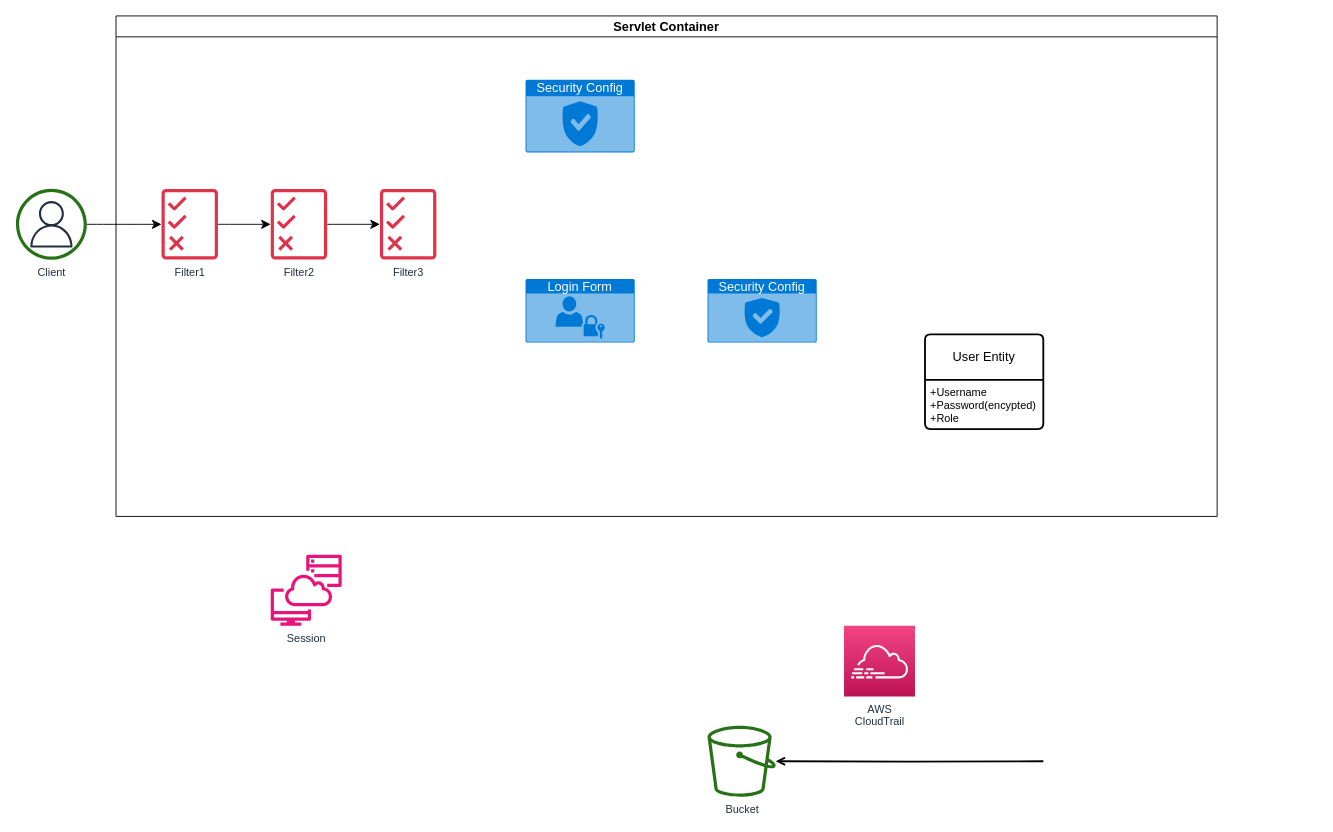
Earlier version of the draw.io diagram 제목 없는 다이어그램.drawio (insang01/Weekly-Algorithm). Source tidied: cells renumbered, new cells numbered last; positions are measured from the earlier drawing's top-left corner, leaving out a move shared by most shapes. Both pictures are drawn from the tidied source at 91%, with x=0, y=0 at pixel (15, 15).
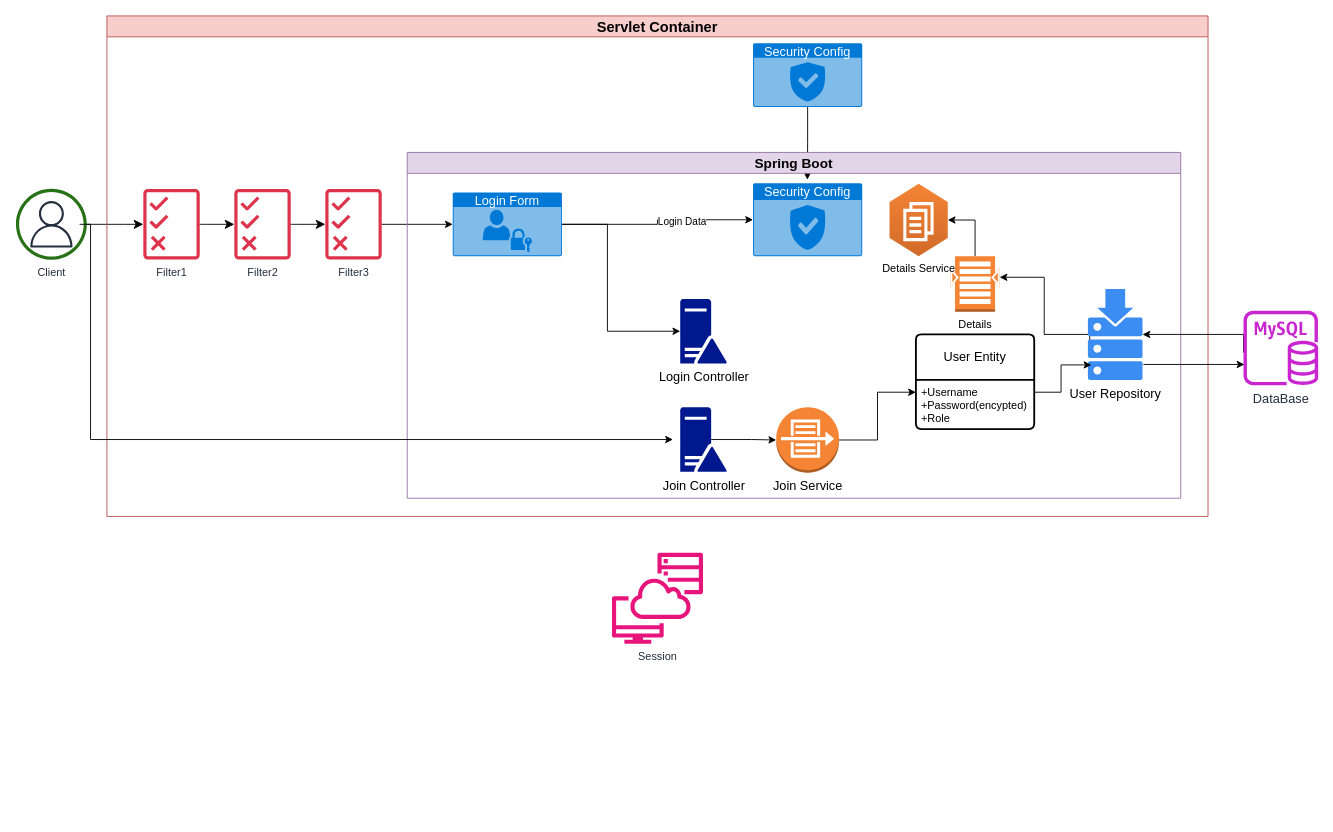
After the change.

Commit message:
제목 없는 다이어그램.drawio 업데이트

Unchanged cells that the change refers to:
```xml
<mxCell id="18" value="+Username&lt;br&gt;+Password(encypted)&lt;br&gt;+Role" style="align=left;strokeColor=none;fillColor=none;spacingLeft=4;fontSize=12;verticalAlign=top;html=1;" parent="17" vertex="1">
  <mxGeometry y="50" width="130" height="54" as="geometry" />
</mxCell>
```

What changed in the source:
```diff
@@
-    <mxCell id="2" style="edgeStyle=orthogonalEdgeStyle;rounded=0;jettySize=auto;html=1;endArrow=open;endFill=0;strokeWidth=2;" parent="1" edge="1" target="6">
-      <mxGeometry relative="1" as="geometry">
-        <mxPoint x="1129" y="819" as="sourcePoint" />
-      </mxGeometry>
-    </mxCell>
@@
-    <mxCell id="5" value="AWS&lt;br&gt;CloudTrail" style="fontColor=#232F3E;gradientColor=#F34482;gradientDirection=north;fillColor=#BC1356;strokeColor=#ffffff;dashed=0;verticalLabelPosition=bottom;verticalAlign=top;align=center;html=1;fontSize=12;fontStyle=0;shape=mxgraph.aws4.resourceIcon;resIcon=mxgraph.aws4.cloudtrail;labelBackgroundColor=#ffffff;" parent="1" vertex="1">
-      <mxGeometry x="910" y="670" width="78" height="78" as="geometry" />
-    </mxCell>
-    <mxCell id="6" value="Bucket" style="outlineConnect=0;fontColor=#232F3E;gradientColor=none;fillColor=#277116;strokeColor=none;dashed=0;verticalLabelPosition=bottom;verticalAlign=top;align=center;html=1;fontSize=12;fontStyle=0;shape=mxgraph.aws4.bucket;labelBackgroundColor=#ffffff;" parent="1" vertex="1">
-      <mxGeometry x="760" y="780" width="75" height="78" as="geometry" />
-    </mxCell>
@@
-    <mxCell id="8" style="edgeStyle=none;curved=1;rounded=0;jettySize=auto;html=1;fontSize=12;startSize=8;endSize=8;" parent="1" edge="1" source="9" target="11">
-      <mxGeometry relative="1" as="geometry" />
-    </mxCell>
-    <mxCell id="9" value="&lt;div&gt;&lt;span style=&quot;background-color: initial;&quot;&gt;Filter1&lt;/span&gt;&lt;br&gt;&lt;/div&gt;" style="sketch=0;outlineConnect=0;fontColor=#232F3E;gradientColor=none;fillColor=#DD344C;strokeColor=none;dashed=0;verticalLabelPosition=bottom;verticalAlign=top;align=center;html=1;fontSize=12;fontStyle=0;shape=mxgraph.aws4.permissions;" parent="1" vertex="1">
-      <mxGeometry x="160" y="190" width="62" height="78" as="geometry" />
-    </mxCell>
-    <mxCell id="10" style="edgeStyle=none;curved=1;rounded=0;jettySize=auto;html=1;fontSize=12;startSize=8;endSize=8;" parent="1" edge="1" source="11" target="12">
-      <mxGeometry relative="1" as="geometry" />
-    </mxCell>
-    <mxCell id="11" value="&lt;div&gt;&lt;span style=&quot;background-color: initial;&quot;&gt;Filter2&lt;/span&gt;&lt;br&gt;&lt;/div&gt;&lt;div&gt;&lt;span style=&quot;background-color: initial;&quot;&gt;&lt;br&gt;&lt;/span&gt;&lt;/div&gt;" style="sketch=0;outlineConnect=0;fontColor=#232F3E;gradientColor=none;fillColor=#DD344C;strokeColor=none;dashed=0;verticalLabelPosition=bottom;verticalAlign=top;align=center;html=1;fontSize=12;fontStyle=0;shape=mxgraph.aws4.permissions;" parent="1" vertex="1">
-      <mxGeometry x="280" y="190" width="62" height="78" as="geometry" />
-    </mxCell>
-    <mxCell id="12" value="&lt;div&gt;&lt;span style=&quot;background-color: initial;&quot;&gt;Filter3&lt;/span&gt;&lt;br&gt;&lt;/div&gt;&lt;div&gt;&lt;span style=&quot;background-color: initial;&quot;&gt;&lt;br&gt;&lt;/span&gt;&lt;/div&gt;" style="sketch=0;outlineConnect=0;fontColor=#232F3E;gradientColor=none;fillColor=#DD344C;strokeColor=none;dashed=0;verticalLabelPosition=bottom;verticalAlign=top;align=center;html=1;fontSize=12;fontStyle=0;shape=mxgraph.aws4.permissions;" parent="1" vertex="1">
-      <mxGeometry x="400" y="190" width="62" height="78" as="geometry" />
-    </mxCell>
-    <mxCell id="13" value="Servlet Container" style="swimlane;fontSize=14;" parent="1" vertex="1">
-      <mxGeometry x="110" width="1210" height="550" as="geometry" />
+    <mxCell id="13" value="Servlet Container" style="swimlane;fontSize=16;fillColor=#f8cecc;strokeColor=#b85450;" parent="1" vertex="1">
+      <mxGeometry x="100" width="1210" height="550" as="geometry" />
     </mxCell>
     <mxCell id="14" value="&lt;font style=&quot;font-size: 14px;&quot;&gt;Security Config&lt;/font&gt;" style="html=1;whiteSpace=wrap;strokeColor=none;fillColor=#0079D6;labelPosition=center;verticalLabelPosition=middle;verticalAlign=top;align=center;fontSize=12;outlineConnect=0;spacingTop=-6;fontColor=#FFFFFF;sketch=0;shape=mxgraph.sitemap.security;" parent="13" vertex="1">
-      <mxGeometry x="450" y="70" width="120" height="80" as="geometry" />
+      <mxGeometry x="710" y="184" width="120" height="80" as="geometry" />
     </mxCell>
     <mxCell id="15" value="&lt;font style=&quot;font-size: 14px;&quot;&gt;Login Form&lt;/font&gt;" style="html=1;whiteSpace=wrap;strokeColor=none;fillColor=#0079D6;labelPosition=center;verticalLabelPosition=middle;verticalAlign=top;align=center;fontSize=12;outlineConnect=0;spacingTop=-6;fontColor=#FFFFFF;sketch=0;shape=mxgraph.sitemap.login;" parent="13" vertex="1">
-      <mxGeometry x="450" y="289" width="120" height="70" as="geometry" />
+      <mxGeometry x="380" y="194" width="120" height="70" as="geometry" />
     </mxCell>
+    <mxCell id="20" style="edgeStyle=orthogonalEdgeStyle;rounded=0;jettySize=auto;html=1;exitX=0.5;exitY=1;exitDx=0;exitDy=0;exitPerimeter=0;" parent="13" edge="1" source="16">
+      <mxGeometry relative="1" as="geometry">
+        <mxPoint x="769.7" y="180" as="targetPoint" />
+      </mxGeometry>
+    </mxCell>
     <mxCell id="16" value="&lt;font style=&quot;font-size: 14px;&quot;&gt;Security Config&lt;/font&gt;" style="html=1;whiteSpace=wrap;strokeColor=none;fillColor=#0079D6;labelPosition=center;verticalLabelPosition=middle;verticalAlign=top;align=center;fontSize=12;outlineConnect=0;spacingTop=-6;fontColor=#FFFFFF;sketch=0;shape=mxgraph.sitemap.security;" parent="13" vertex="1">
-      <mxGeometry x="650" y="289" width="120" height="70" as="geometry" />
+      <mxGeometry x="710" y="30" width="120" height="70" as="geometry" />
     </mxCell>
@@
+    <mxCell id="21" value="Details" style="outlineConnect=0;dashed=0;verticalLabelPosition=bottom;verticalAlign=top;align=center;html=1;shape=mxgraph.aws3.search_documents;fillColor=#F58534;gradientColor=none;" parent="13" vertex="1">
+      <mxGeometry x="927" y="264" width="54" height="61" as="geometry" />
+    </mxCell>
+    <mxCell id="22" value="Details&amp;nbsp;&lt;span style=&quot;background-color: initial;&quot;&gt;Service&lt;/span&gt;" style="outlineConnect=0;dashed=0;verticalLabelPosition=bottom;verticalAlign=top;align=center;html=1;shape=mxgraph.aws3.workdocs;fillColor=#D16A28;gradientColor=#F58435;gradientDirection=north;" parent="13" vertex="1">
+      <mxGeometry x="860" y="184.5" width="64" height="79.5" as="geometry" />
+    </mxCell>
+    <mxCell id="23" style="edgeStyle=orthogonalEdgeStyle;rounded=0;jettySize=auto;html=1;exitX=1;exitY=0.5;exitDx=0;exitDy=0;exitPerimeter=0;entryX=0;entryY=0.25;entryDx=0;entryDy=0;" parent="13" edge="1" source="24" target="18">
+      <mxGeometry relative="1" as="geometry" />
+    </mxCell>
+    <mxCell id="24" value="&lt;font style=&quot;font-size: 14px;&quot;&gt;Join Service&lt;/font&gt;" style="outlineConnect=0;dashed=0;verticalLabelPosition=bottom;verticalAlign=top;align=center;html=1;shape=mxgraph.aws3.flow_logs;fillColor=#F58534;gradientColor=none;" parent="13" vertex="1">
+      <mxGeometry x="735.5" y="430" width="69" height="72" as="geometry" />
+    </mxCell>
+    <mxCell id="25" style="edgeStyle=orthogonalEdgeStyle;rounded=0;jettySize=auto;html=1;exitX=1;exitY=0.5;exitDx=0;exitDy=0;exitPerimeter=0;entryX=0;entryY=0.5;entryDx=0;entryDy=0;entryPerimeter=0;" parent="13" edge="1" source="15" target="14">
+      <mxGeometry relative="1" as="geometry" />
+    </mxCell>
+    <mxCell id="26" value="Login Data" style="edgeLabel;html=1;align=center;verticalAlign=middle;" parent="25" vertex="1">
+      <mxGeometry x="0.26" y="-1" relative="1" as="geometry">
+        <mxPoint x="1" as="offset" />
+      </mxGeometry>
+    </mxCell>
+    <mxCell id="27" style="edgeStyle=orthogonalEdgeStyle;rounded=0;jettySize=auto;html=1;exitX=0.033;exitY=0.7;exitDx=0;exitDy=0;entryX=1;entryY=0.38;entryDx=0;entryDy=0;entryPerimeter=0;exitPerimeter=0;" parent="13" edge="1" source="35" target="21">
+      <mxGeometry relative="1" as="geometry">
+        <Array as="points">
+          <mxPoint x="1080" y="350" />
+          <mxPoint x="1030" y="350" />
+          <mxPoint x="1030" y="287" />
+        </Array>
+      </mxGeometry>
+    </mxCell>
+    <mxCell id="28" style="edgeStyle=orthogonalEdgeStyle;rounded=0;jettySize=auto;html=1;exitX=0.5;exitY=0;exitDx=0;exitDy=0;exitPerimeter=0;entryX=1;entryY=0.5;entryDx=0;entryDy=0;entryPerimeter=0;" parent="13" edge="1" source="21" target="22">
+      <mxGeometry relative="1" as="geometry" />
+    </mxCell>
+    <mxCell id="29" value="&lt;font style=&quot;font-size: 14px;&quot;&gt;Login Controller&lt;/font&gt;" style="sketch=0;shadow=0;dashed=0;html=1;strokeColor=none;labelPosition=center;verticalLabelPosition=bottom;verticalAlign=top;align=center;fillColor=#00188D;shape=mxgraph.mscae.enterprise.domain_controller;" parent="13" vertex="1">
+      <mxGeometry x="630" y="311" width="51.1" height="71" as="geometry" />
+    </mxCell>
+    <mxCell id="30" value="&lt;font style=&quot;font-size: 14px;&quot;&gt;Join&amp;nbsp;&lt;/font&gt;&lt;span style=&quot;font-size: 14px; background-color: initial;&quot;&gt;Controller&lt;/span&gt;" style="sketch=0;shadow=0;dashed=0;html=1;strokeColor=none;labelPosition=center;verticalLabelPosition=bottom;verticalAlign=top;align=center;fillColor=#00188D;shape=mxgraph.mscae.enterprise.domain_controller;" parent="13" vertex="1">
+      <mxGeometry x="630" y="430" width="51.1" height="71" as="geometry" />
+    </mxCell>
+    <mxCell id="31" style="edgeStyle=orthogonalEdgeStyle;rounded=0;jettySize=auto;html=1;exitX=1;exitY=0.5;exitDx=0;exitDy=0;exitPerimeter=0;entryX=0;entryY=0.5;entryDx=0;entryDy=0;entryPerimeter=0;" parent="13" edge="1" source="15" target="29">
+      <mxGeometry relative="1" as="geometry">
+        <Array as="points">
+          <mxPoint x="550" y="229" />
+          <mxPoint x="550" y="347" />
+        </Array>
+      </mxGeometry>
+    </mxCell>
+    <mxCell id="32" style="edgeStyle=orthogonalEdgeStyle;rounded=0;jettySize=auto;html=1;exitX=0.665;exitY=0.5;exitDx=0;exitDy=0;exitPerimeter=0;entryX=0;entryY=0.5;entryDx=0;entryDy=0;entryPerimeter=0;" parent="13" edge="1" source="30" target="24">
+      <mxGeometry relative="1" as="geometry" />
+    </mxCell>
+    <mxCell id="9" value="&lt;div&gt;&lt;span style=&quot;background-color: initial;&quot;&gt;Filter1&lt;/span&gt;&lt;br&gt;&lt;/div&gt;" style="sketch=0;outlineConnect=0;fontColor=#232F3E;gradientColor=none;fillColor=#DD344C;strokeColor=none;dashed=0;verticalLabelPosition=bottom;verticalAlign=top;align=center;html=1;fontSize=12;fontStyle=0;shape=mxgraph.aws4.permissions;" parent="13" vertex="1">
+      <mxGeometry x="40" y="190" width="62" height="78" as="geometry" />
+    </mxCell>
+    <mxCell id="11" value="&lt;div&gt;&lt;span style=&quot;background-color: initial;&quot;&gt;Filter2&lt;/span&gt;&lt;br&gt;&lt;/div&gt;&lt;div&gt;&lt;span style=&quot;background-color: initial;&quot;&gt;&lt;br&gt;&lt;/span&gt;&lt;/div&gt;" style="sketch=0;outlineConnect=0;fontColor=#232F3E;gradientColor=none;fillColor=#DD344C;strokeColor=none;dashed=0;verticalLabelPosition=bottom;verticalAlign=top;align=center;html=1;fontSize=12;fontStyle=0;shape=mxgraph.aws4.permissions;" parent="13" vertex="1">
+      <mxGeometry x="140" y="190" width="62" height="78" as="geometry" />
+    </mxCell>
+    <mxCell id="8" style="edgeStyle=none;curved=1;rounded=0;jettySize=auto;html=1;fontSize=12;startSize=8;endSize=8;" parent="13" edge="1" source="9" target="11">
+      <mxGeometry relative="1" as="geometry" />
+    </mxCell>
+    <mxCell id="12" value="&lt;div&gt;&lt;span style=&quot;background-color: initial;&quot;&gt;Filter3&lt;/span&gt;&lt;br&gt;&lt;/div&gt;&lt;div&gt;&lt;span style=&quot;background-color: initial;&quot;&gt;&lt;br&gt;&lt;/span&gt;&lt;/div&gt;" style="sketch=0;outlineConnect=0;fontColor=#232F3E;gradientColor=none;fillColor=#DD344C;strokeColor=none;dashed=0;verticalLabelPosition=bottom;verticalAlign=top;align=center;html=1;fontSize=12;fontStyle=0;shape=mxgraph.aws4.permissions;" parent="13" vertex="1">
+      <mxGeometry x="240" y="190" width="62" height="78" as="geometry" />
+    </mxCell>
+    <mxCell id="10" style="edgeStyle=none;curved=1;rounded=0;jettySize=auto;html=1;fontSize=12;startSize=8;endSize=8;" parent="13" edge="1" source="11" target="12">
+      <mxGeometry relative="1" as="geometry" />
+    </mxCell>
+    <mxCell id="33" style="edgeStyle=orthogonalEdgeStyle;rounded=0;jettySize=auto;html=1;entryX=0;entryY=0.5;entryDx=0;entryDy=0;entryPerimeter=0;" parent="13" edge="1" source="12" target="15">
+      <mxGeometry relative="1" as="geometry" />
+    </mxCell>
+    <mxCell id="34" value="Spring Boot" style="swimlane;fillColor=#e1d5e7;strokeColor=#9673a6;fontSize=15;" parent="13" vertex="1">
+      <mxGeometry x="330" y="150" width="850" height="380" as="geometry" />
+    </mxCell>
+    <mxCell id="35" value="&lt;font style=&quot;font-size: 14px;&quot;&gt;User Repository&lt;/font&gt;" style="sketch=0;html=1;strokeColor=none;shadow=0;fillColor=#3B8DF1;verticalAlign=top;labelPosition=center;verticalLabelPosition=bottom;shape=mxgraph.gcp2.repository;" parent="34" vertex="1">
+      <mxGeometry x="748" y="150" width="60" height="100" as="geometry" />
+    </mxCell>
+    <mxCell id="36" style="edgeStyle=orthogonalEdgeStyle;rounded=0;jettySize=auto;html=1;exitX=1;exitY=0.25;exitDx=0;exitDy=0;entryX=0.064;entryY=0.835;entryDx=0;entryDy=0;entryPerimeter=0;" parent="13" edge="1" source="18" target="35">
+      <mxGeometry relative="1" as="geometry" />
+    </mxCell>
+    <mxCell id="37" style="edgeStyle=orthogonalEdgeStyle;rounded=0;jettySize=auto;html=1;" parent="13" edge="1" target="35">
+      <mxGeometry relative="1" as="geometry">
+        <mxPoint x="1249" y="370" as="sourcePoint" />
+        <Array as="points">
+          <mxPoint x="1249" y="350" />
+        </Array>
+      </mxGeometry>
+    </mxCell>
     <mxCell id="19" value="Session" style="sketch=0;fontColor=#232F3E;gradientColor=none;fillColor=#E7157B;strokeColor=none;dashed=0;verticalLabelPosition=bottom;verticalAlign=top;align=center;html=1;fontSize=12;fontStyle=0;shape=mxgraph.aws4.systems_manager_session_manager;" parent="1" vertex="1">
-      <mxGeometry x="280" y="592" width="78" height="78" as="geometry" />
+      <mxGeometry x="655" y="590" width="100" height="100" as="geometry" />
     </mxCell>
+    <mxCell id="38" style="edgeStyle=orthogonalEdgeStyle;rounded=0;orthogonalLoop=1;jettySize=auto;html=1;entryX=0;entryY=0.5;entryDx=0;entryDy=0;entryPerimeter=0;" parent="1" edge="1">
+      <mxGeometry relative="1" as="geometry">
+        <mxPoint x="70" y="229" as="sourcePoint" />
+        <mxPoint x="722" y="465.5" as="targetPoint" />
+        <Array as="points">
+          <mxPoint x="82" y="229" />
+          <mxPoint x="82" y="466" />
+        </Array>
+      </mxGeometry>
+    </mxCell>
+    <mxCell id="39" value="&lt;font style=&quot;font-size: 14px;&quot;&gt;DataBase&lt;/font&gt;" style="sketch=0;fontColor=#232F3E;gradientColor=none;fillColor=#C925D1;strokeColor=none;dashed=0;verticalLabelPosition=bottom;verticalAlign=top;align=center;html=1;fontSize=12;fontStyle=0;shape=mxgraph.aws4.rds_mysql_instance;" parent="1" vertex="1">
+      <mxGeometry x="1349" y="324" width="82" height="82" as="geometry" />
+    </mxCell>
+    <mxCell id="40" style="edgeStyle=orthogonalEdgeStyle;rounded=0;orthogonalLoop=1;jettySize=auto;html=1;" parent="1" edge="1">
+      <mxGeometry relative="1" as="geometry">
+        <mxPoint x="1239" y="383" as="sourcePoint" />
+        <mxPoint x="1350" y="383" as="targetPoint" />
+        <Array as="points">
+          <mxPoint x="1321" y="383" />
+          <mxPoint x="1321" y="383" />
+        </Array>
+      </mxGeometry>
+    </mxCell>
```
